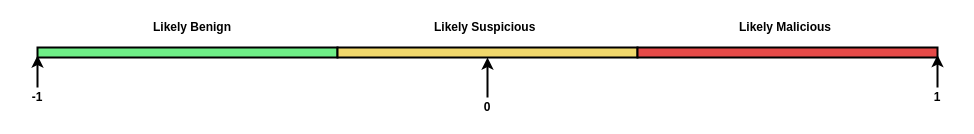
The draw.io diagram drawings/anotated_scoring.drawio in totalemail/blog, before the edit. Source tidied: cells renumbered, new cells numbered last; positions are measured from the earlier drawing's top-left corner, leaving out a move shared by most shapes. Both pictures are drawn from the tidied source at 100%, with x=0, y=0 at pixel (17, 17).
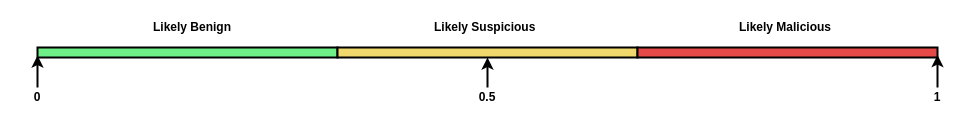
Above is the later version.

Commit message (it also covers changes not shown here):
Updating scoring diagrams

The edit, as a diff of the source:
```diff
@@
 <mxGraphModel>
   <root>
     <mxCell id="0" />
     <mxCell id="1" parent="0" />
     <mxCell id="2" style="edgeStyle=orthogonalEdgeStyle;rounded=0;jettySize=auto;html=1;exitX=0.5;exitY=0;exitDx=0;exitDy=0;entryX=0.5;entryY=1;entryDx=0;entryDy=0;strokeWidth=2;" parent="1" edge="1" source="3" target="9">
       <mxGeometry relative="1" as="geometry" />
     </mxCell>
-    <mxCell id="3" value="0" style="text;html=1;strokeColor=none;fillColor=none;align=center;verticalAlign=middle;whiteSpace=wrap;rounded=0;fontStyle=1;" parent="1" vertex="1">
-      <mxGeometry x="450" y="80" width="40" height="20" as="geometry" />
+    <mxCell id="3" value="0.5&lt;br&gt;" style="text;html=1;strokeColor=none;fillColor=none;align=center;verticalAlign=middle;whiteSpace=wrap;rounded=0;fontStyle=1;" parent="1" vertex="1">
+      <mxGeometry x="450" y="70" width="40" height="20" as="geometry" />
     </mxCell>
     <mxCell id="4" style="edgeStyle=orthogonalEdgeStyle;rounded=0;jettySize=auto;html=1;exitX=0.5;exitY=0;exitDx=0;exitDy=0;entryX=1;entryY=0.75;entryDx=0;entryDy=0;strokeWidth=2;" parent="1" edge="1" source="5" target="10">
       <mxGeometry relative="1" as="geometry" />
     </mxCell>
     <mxCell id="5" value="1" style="text;html=1;strokeColor=none;fillColor=none;align=center;verticalAlign=middle;whiteSpace=wrap;rounded=0;fontStyle=1;" parent="1" vertex="1">
       <mxGeometry x="900" y="70" width="40" height="20" as="geometry" />
     </mxCell>
     <mxCell id="6" style="edgeStyle=orthogonalEdgeStyle;rounded=0;jettySize=auto;html=1;exitX=0.5;exitY=0;exitDx=0;exitDy=0;entryX=0;entryY=0.75;entryDx=0;entryDy=0;fontStyle=1;strokeWidth=2;" parent="1" edge="1" source="7">
       <mxGeometry relative="1" as="geometry">
         <mxPoint x="20" y="38" as="targetPoint" />
       </mxGeometry>
     </mxCell>
-    <mxCell id="7" value="-1" style="text;html=1;strokeColor=none;fillColor=none;align=center;verticalAlign=middle;whiteSpace=wrap;rounded=0;fontStyle=1;" parent="1" vertex="1">
+    <mxCell id="7" value="0" style="text;html=1;strokeColor=none;fillColor=none;align=center;verticalAlign=middle;whiteSpace=wrap;rounded=0;fontStyle=1;" parent="1" vertex="1">
       <mxGeometry y="70" width="40" height="20" as="geometry" />
     </mxCell>
     <mxCell id="8" style="rounded=0;whiteSpace=wrap;html=1;fillColor=#6fef87;strokeColor=#000000;strokeWidth=2;" parent="1" vertex="1">
       <mxGeometry x="20" y="30" width="300" height="10" as="geometry" />
     </mxCell>
     <mxCell id="9" style="rounded=0;whiteSpace=wrap;html=1;fillColor=#f1d86c;strokeWidth=2;" parent="1" vertex="1">
       <mxGeometry x="320" y="30" width="300" height="10" as="geometry" />
     </mxCell>
     <mxCell id="10" style="rounded=0;whiteSpace=wrap;html=1;fillColor=#e64a48;strokeWidth=2;" parent="1" vertex="1">
       <mxGeometry x="620" y="30" width="300" height="10" as="geometry" />
     </mxCell>
     <mxCell id="11" value="Likely Benign&lt;br&gt;" style="text;html=1;strokeColor=none;fillColor=none;align=center;verticalAlign=middle;whiteSpace=wrap;rounded=0;fontStyle=1;" parent="1" vertex="1">
       <mxGeometry x="130" width="90" height="20" as="geometry" />
     </mxCell>
     <mxCell id="12" value="Likely Suspicious" style="text;html=1;align=left;verticalAlign=top;spacingTop=-4;fontStyle=1;" parent="1" vertex="1">
       <mxGeometry x="415" width="110" height="10" as="geometry" />
     </mxCell>
     <mxCell id="13" value="Likely Malicious&lt;br&gt;" style="text;html=1;align=left;verticalAlign=top;spacingTop=-4;fontStyle=1;" parent="1" vertex="1">
       <mxGeometry x="720" width="100" height="10" as="geometry" />
     </mxCell>
     <mxCell id="14" style="edgeStyle=orthogonalEdgeStyle;rounded=0;orthogonalLoop=1;jettySize=auto;html=1;exitX=0.5;exitY=1;exitDx=0;exitDy=0;strokeWidth=2;" parent="1" edge="1" source="11" target="11">
       <mxGeometry relative="1" as="geometry" />
     </mxCell>
   </root>
 </mxGraphModel>
```
